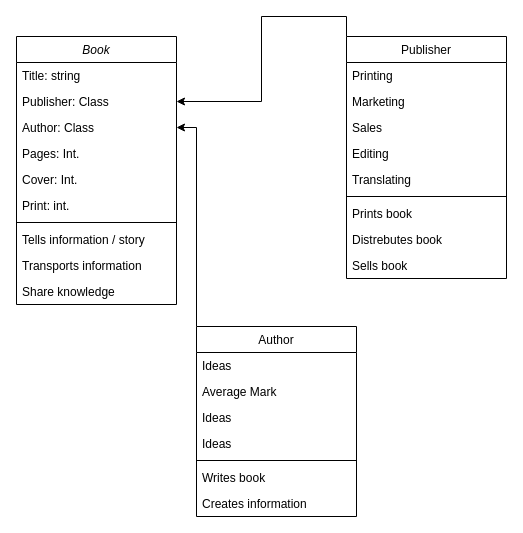
The draw.io diagram Untitled Diagram.drawio in BrockBaron/wk2d1_HW, before the edit. Source tidied: cells renumbered, new cells numbered last; positions are measured from the earlier drawing's top-left corner, leaving out a move shared by most shapes. Both pictures are drawn from the tidied source at 100%, with x=0, y=0 at pixel (16, 36).
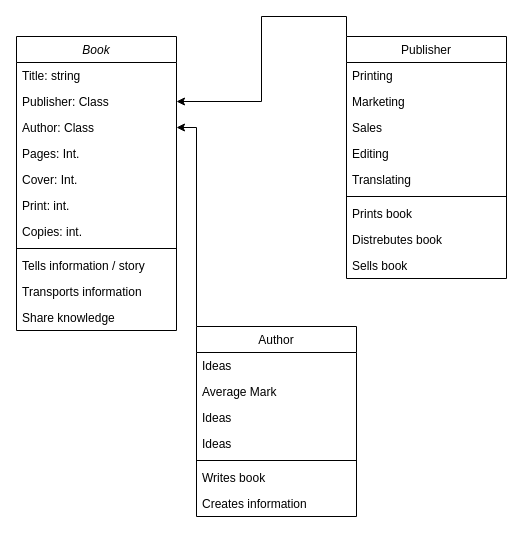
After the change.

Commit message:
Update Book Class diagram.drawio

What changed in the source:
```diff
@@
     <mxCell id="2" value="Book" style="swimlane;fontStyle=2;align=center;verticalAlign=top;horizontal=1;startSize=26;rounded=0;shadow=0;strokeWidth=1;" parent="1" vertex="1">
-      <mxGeometry width="160" height="268" as="geometry" />
+      <mxGeometry width="160" height="294" as="geometry" />
     </mxCell>
@@
+    <mxCell id="33" value="Copies: int." style="text;align=left;verticalAlign=top;spacingLeft=4;spacingRight=4;overflow=hidden;rounded=0;shadow=0;html=0;" parent="2" vertex="1">
+      <mxGeometry y="182" width="160" height="26" as="geometry" />
+    </mxCell>
     <mxCell id="9" style="line;html=1;strokeWidth=1;align=left;verticalAlign=middle;spacingTop=-1;spacingLeft=3;spacingRight=3;labelPosition=right;" parent="2" vertex="1">
-      <mxGeometry y="182" width="160" height="8" as="geometry" />
+      <mxGeometry y="208" width="160" height="8" as="geometry" />
     </mxCell>
     <mxCell id="10" value="Tells information / story" style="text;align=left;verticalAlign=top;spacingLeft=4;spacingRight=4;overflow=hidden;" parent="2" vertex="1">
-      <mxGeometry y="190" width="160" height="26" as="geometry" />
+      <mxGeometry y="216" width="160" height="26" as="geometry" />
     </mxCell>
     <mxCell id="11" value="Transports information" style="text;align=left;verticalAlign=top;spacingLeft=4;spacingRight=4;overflow=hidden;" parent="2" vertex="1">
-      <mxGeometry y="216" width="160" height="26" as="geometry" />
+      <mxGeometry y="242" width="160" height="26" as="geometry" />
     </mxCell>
     <mxCell id="12" value="Share knowledge" style="text;align=left;verticalAlign=top;spacingLeft=4;spacingRight=4;overflow=hidden;" parent="2" vertex="1">
-      <mxGeometry y="242" width="160" height="26" as="geometry" />
+      <mxGeometry y="268" width="160" height="26" as="geometry" />
     </mxCell>
```
